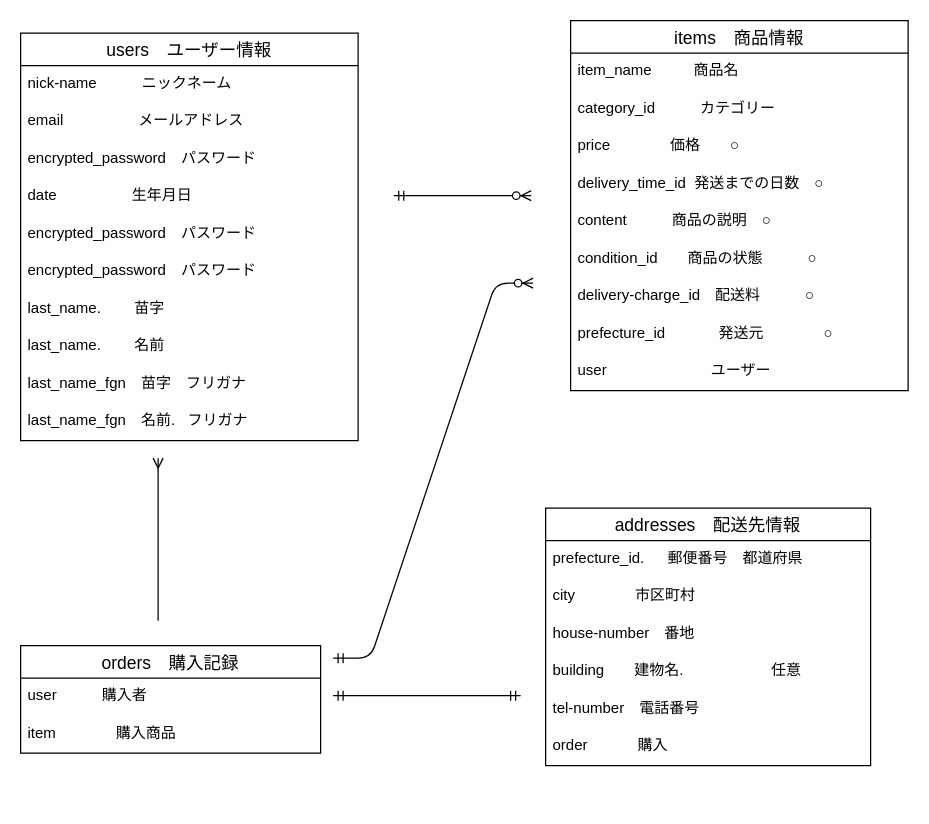
The draw.io diagram ER図.dio in yamaguchinorimitsu/furima-38344, before the edit. Source tidied: cells renumbered, new cells numbered last; positions are measured from the earlier drawing's top-left corner, leaving out a move shared by most shapes. Both pictures are drawn from the tidied source at 125%, with x=0, y=0 at pixel (20, 20).
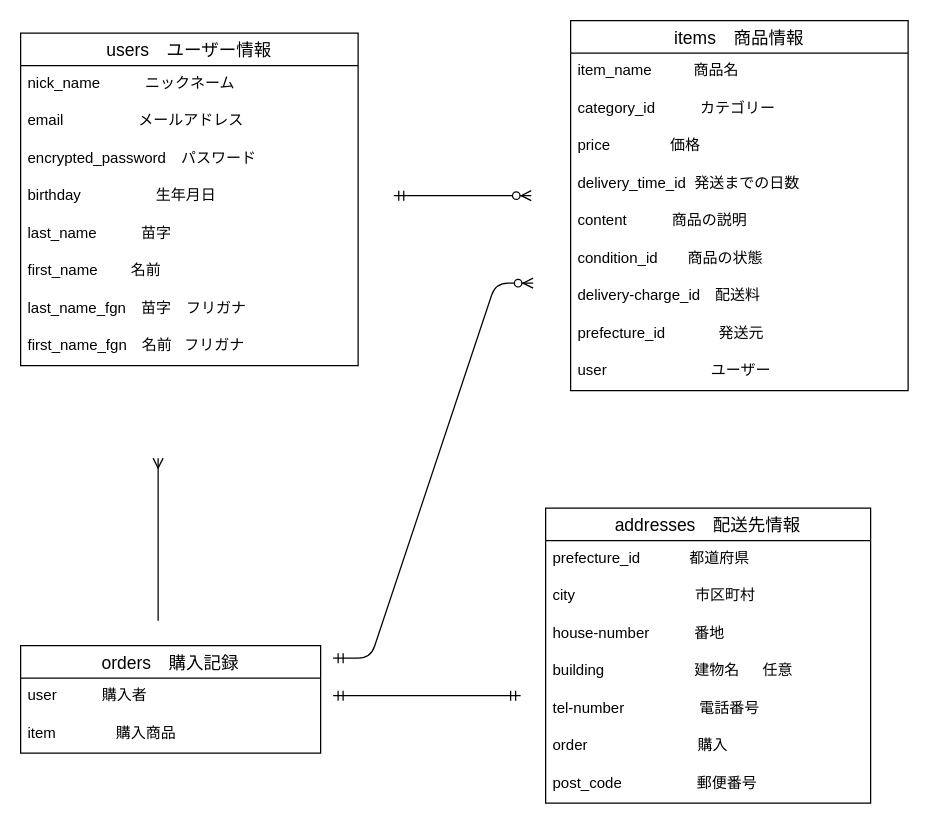
The same page after the edit.

Commit message (it also covers changes not shown here):
データベース　修正３

The change refers to these unchanged cells:
```xml
<mxCell id="13" value="items　商品情報" style="swimlane;fontStyle=0;horizontal=1;startSize=26;align=center;fontSize=14;" parent="1" vertex="1">
  <mxGeometry x="440" width="270" height="296" as="geometry" />
</mxCell>
```

What changed in the source:
```diff
@@
     <mxCell id="2" value="users　ユーザー情報" style="swimlane;fontStyle=0;horizontal=1;startSize=26;align=center;fontSize=14;" parent="1" vertex="1">
-      <mxGeometry y="10" width="270" height="326" as="geometry" />
+      <mxGeometry y="10" width="270" height="266" as="geometry" />
     </mxCell>
-    <mxCell id="3" value="nick-name　　　ニックネーム" style="text;strokeColor=none;fillColor=none;spacingLeft=4;spacingRight=4;overflow=hidden;fontSize=12;" parent="2" vertex="1">
+    <mxCell id="3" value="nick_name　　　ニックネーム" style="text;strokeColor=none;fillColor=none;spacingLeft=4;spacingRight=4;overflow=hidden;fontSize=12;" parent="2" vertex="1">
       <mxGeometry y="26" width="270" height="30" as="geometry" />
     </mxCell>
@@
-    <mxCell id="6" value="date　　　　　生年月日" style="text;strokeColor=none;fillColor=none;spacingLeft=4;spacingRight=4;overflow=hidden;fontSize=12;" parent="2" vertex="1">
+    <mxCell id="6" value="birthday　　　　　生年月日" style="text;strokeColor=none;fillColor=none;spacingLeft=4;spacingRight=4;overflow=hidden;fontSize=12;" parent="2" vertex="1">
       <mxGeometry y="116" width="270" height="30" as="geometry" />
     </mxCell>
-    <mxCell id="7" value="encrypted_password　パスワード" style="text;strokeColor=none;fillColor=none;spacingLeft=4;spacingRight=4;overflow=hidden;fontSize=12;" parent="2" vertex="1">
-      <mxGeometry y="146" width="270" height="30" as="geometry" />
-    </mxCell>
-    <mxCell id="8" value="encrypted_password　パスワード" style="text;strokeColor=none;fillColor=none;spacingLeft=4;spacingRight=4;overflow=hidden;fontSize=12;" parent="2" vertex="1">
-      <mxGeometry y="176" width="270" height="30" as="geometry" />
-    </mxCell>
-    <mxCell id="9" value="last_name.        苗字" style="text;strokeColor=none;fillColor=none;spacingLeft=4;spacingRight=4;overflow=hidden;fontSize=12;" parent="2" vertex="1">
-      <mxGeometry y="206" width="270" height="30" as="geometry" />
+    <mxCell id="9" value="last_name　       苗字" style="text;strokeColor=none;fillColor=none;spacingLeft=4;spacingRight=4;overflow=hidden;fontSize=12;" parent="2" vertex="1">
+      <mxGeometry y="146" width="270" height="30" as="geometry" />
     </mxCell>
-    <mxCell id="10" value="last_name.        名前" style="text;strokeColor=none;fillColor=none;spacingLeft=4;spacingRight=4;overflow=hidden;fontSize=12;" parent="2" vertex="1">
-      <mxGeometry y="236" width="270" height="30" as="geometry" />
+    <mxCell id="10" value="first_name        名前" style="text;strokeColor=none;fillColor=none;spacingLeft=4;spacingRight=4;overflow=hidden;fontSize=12;" parent="2" vertex="1">
+      <mxGeometry y="176" width="270" height="30" as="geometry" />
     </mxCell>
     <mxCell id="11" value="last_name_fgn　苗字　フリガナ" style="text;strokeColor=none;fillColor=none;spacingLeft=4;spacingRight=4;overflow=hidden;fontSize=12;" parent="2" vertex="1">
-      <mxGeometry y="266" width="270" height="30" as="geometry" />
+      <mxGeometry y="206" width="270" height="30" as="geometry" />
     </mxCell>
-    <mxCell id="12" value="last_name_fgn　名前.   フリガナ" style="text;strokeColor=none;fillColor=none;spacingLeft=4;spacingRight=4;overflow=hidden;fontSize=12;" parent="2" vertex="1">
-      <mxGeometry y="296" width="270" height="30" as="geometry" />
+    <mxCell id="12" value="first_name_fgn　名前   フリガナ" style="text;strokeColor=none;fillColor=none;spacingLeft=4;spacingRight=4;overflow=hidden;fontSize=12;" parent="2" vertex="1">
+      <mxGeometry y="236" width="270" height="30" as="geometry" />
     </mxCell>
@@
-    <mxCell id="16" value="price　　　　価格　　○" style="text;strokeColor=none;fillColor=none;spacingLeft=4;spacingRight=4;overflow=hidden;fontSize=12;" parent="13" vertex="1">
+    <mxCell id="16" value="price　　　　価格　　" style="text;strokeColor=none;fillColor=none;spacingLeft=4;spacingRight=4;overflow=hidden;fontSize=12;" parent="13" vertex="1">
       <mxGeometry y="86" width="270" height="30" as="geometry" />
     </mxCell>
-    <mxCell id="17" value="delivery_time_id  発送までの日数　○" style="text;strokeColor=none;fillColor=none;spacingLeft=4;spacingRight=4;overflow=hidden;fontSize=12;" parent="13" vertex="1">
+    <mxCell id="17" value="delivery_time_id  発送までの日数　" style="text;strokeColor=none;fillColor=none;spacingLeft=4;spacingRight=4;overflow=hidden;fontSize=12;" parent="13" vertex="1">
       <mxGeometry y="116" width="270" height="30" as="geometry" />
     </mxCell>
-    <mxCell id="18" value="content　　　商品の説明　○" style="text;strokeColor=none;fillColor=none;spacingLeft=4;spacingRight=4;overflow=hidden;fontSize=12;" parent="13" vertex="1">
+    <mxCell id="18" value="content　　　商品の説明　" style="text;strokeColor=none;fillColor=none;spacingLeft=4;spacingRight=4;overflow=hidden;fontSize=12;" parent="13" vertex="1">
       <mxGeometry y="146" width="270" height="30" as="geometry" />
     </mxCell>
-    <mxCell id="19" value="condition_id　　商品の状態　　　○" style="text;strokeColor=none;fillColor=none;spacingLeft=4;spacingRight=4;overflow=hidden;fontSize=12;" parent="13" vertex="1">
+    <mxCell id="19" value="condition_id　　商品の状態　　　" style="text;strokeColor=none;fillColor=none;spacingLeft=4;spacingRight=4;overflow=hidden;fontSize=12;" parent="13" vertex="1">
       <mxGeometry y="176" width="270" height="30" as="geometry" />
     </mxCell>
-    <mxCell id="20" value="delivery-charge_id　配送料　　　○" style="text;strokeColor=none;fillColor=none;spacingLeft=4;spacingRight=4;overflow=hidden;fontSize=12;" parent="13" vertex="1">
+    <mxCell id="20" value="delivery-charge_id　配送料　　　" style="text;strokeColor=none;fillColor=none;spacingLeft=4;spacingRight=4;overflow=hidden;fontSize=12;" parent="13" vertex="1">
       <mxGeometry y="206" width="270" height="30" as="geometry" />
     </mxCell>
-    <mxCell id="21" value="prefecture_id  　　　発送元　　　　○" style="text;strokeColor=none;fillColor=none;spacingLeft=4;spacingRight=4;overflow=hidden;fontSize=12;" parent="13" vertex="1">
+    <mxCell id="21" value="prefecture_id  　　　発送元　　　　" style="text;strokeColor=none;fillColor=none;spacingLeft=4;spacingRight=4;overflow=hidden;fontSize=12;" parent="13" vertex="1">
       <mxGeometry y="236" width="270" height="30" as="geometry" />
     </mxCell>
@@
     <mxCell id="27" value="addresses　配送先情報" style="swimlane;fontStyle=0;horizontal=1;startSize=26;align=center;fontSize=14;" parent="1" vertex="1">
-      <mxGeometry x="420" y="390" width="260" height="206" as="geometry" />
+      <mxGeometry x="420" y="390" width="260" height="236" as="geometry" />
     </mxCell>
-    <mxCell id="28" value="prefecture_id. 　 郵便番号　都道府県" style="text;strokeColor=none;fillColor=none;spacingLeft=4;spacingRight=4;overflow=hidden;fontSize=12;" parent="27" vertex="1">
+    <mxCell id="28" value="prefecture_id　　 　都道府県" style="text;strokeColor=none;fillColor=none;spacingLeft=4;spacingRight=4;overflow=hidden;fontSize=12;" parent="27" vertex="1">
       <mxGeometry y="26" width="260" height="30" as="geometry" />
     </mxCell>
-    <mxCell id="29" value="city　　　　市区町村" style="text;strokeColor=none;fillColor=none;spacingLeft=4;spacingRight=4;overflow=hidden;fontSize=12;" parent="27" vertex="1">
+    <mxCell id="29" value="city　　　　　　　　市区町村" style="text;strokeColor=none;fillColor=none;spacingLeft=4;spacingRight=4;overflow=hidden;fontSize=12;" parent="27" vertex="1">
       <mxGeometry y="56" width="260" height="30" as="geometry" />
     </mxCell>
-    <mxCell id="30" value="house-number　番地" style="text;strokeColor=none;fillColor=none;spacingLeft=4;spacingRight=4;overflow=hidden;fontSize=12;" parent="27" vertex="1">
+    <mxCell id="30" value="house-number　　　番地" style="text;strokeColor=none;fillColor=none;spacingLeft=4;spacingRight=4;overflow=hidden;fontSize=12;" parent="27" vertex="1">
       <mxGeometry y="86" width="260" height="30" as="geometry" />
     </mxCell>
-    <mxCell id="31" value="building　　建物名.  　　　　　 任意" style="text;strokeColor=none;fillColor=none;spacingLeft=4;spacingRight=4;overflow=hidden;fontSize=12;" parent="27" vertex="1">
+    <mxCell id="31" value="building　　　　　　建物名 　 任意" style="text;strokeColor=none;fillColor=none;spacingLeft=4;spacingRight=4;overflow=hidden;fontSize=12;" parent="27" vertex="1">
       <mxGeometry y="116" width="260" height="30" as="geometry" />
     </mxCell>
-    <mxCell id="32" value="tel-number　電話番号" style="text;strokeColor=none;fillColor=none;spacingLeft=4;spacingRight=4;overflow=hidden;fontSize=12;" parent="27" vertex="1">
+    <mxCell id="32" value="tel-number　　　　　電話番号" style="text;strokeColor=none;fillColor=none;spacingLeft=4;spacingRight=4;overflow=hidden;fontSize=12;" parent="27" vertex="1">
       <mxGeometry y="146" width="260" height="30" as="geometry" />
     </mxCell>
-    <mxCell id="33" value="order            購入           " style="text;strokeColor=none;fillColor=none;spacingLeft=4;spacingRight=4;overflow=hidden;fontSize=12;" parent="27" vertex="1">
+    <mxCell id="33" value="order         　　　　   購入           " style="text;strokeColor=none;fillColor=none;spacingLeft=4;spacingRight=4;overflow=hidden;fontSize=12;" parent="27" vertex="1">
       <mxGeometry y="176" width="260" height="30" as="geometry" />
     </mxCell>
+    <mxCell id="37" value="post_code　　　　　郵便番号" style="text;strokeColor=none;fillColor=none;spacingLeft=4;spacingRight=4;overflow=hidden;fontSize=12;" parent="27" vertex="1">
+      <mxGeometry y="206" width="260" height="30" as="geometry" />
+    </mxCell>
```
